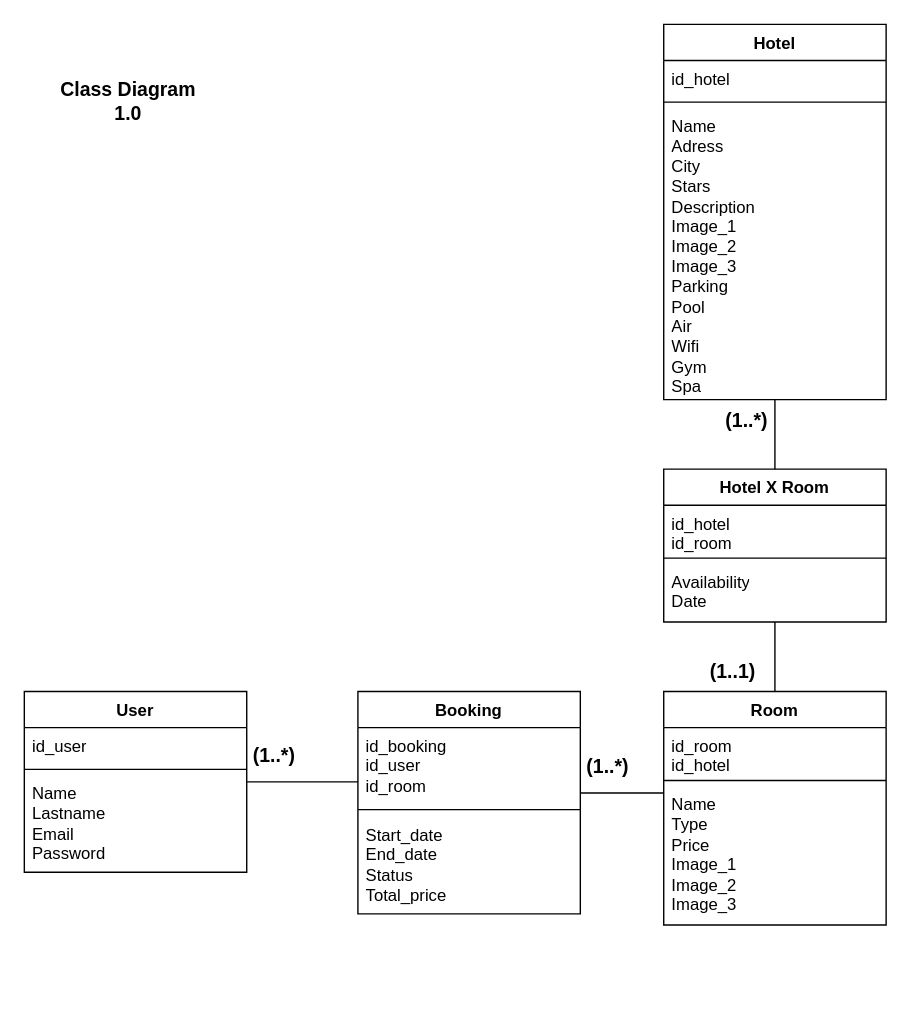
Earlier version of the draw.io diagram extra/Diagram Class 1.0.drawio (nacho-esperanza/proyecto-arqsoft). Source tidied: cells renumbered, new cells numbered last; positions are measured from the earlier drawing's top-left corner, leaving out a move shared by most shapes. Both pictures are drawn from the tidied source at 139%, with x=0, y=0 at pixel (24, 24).
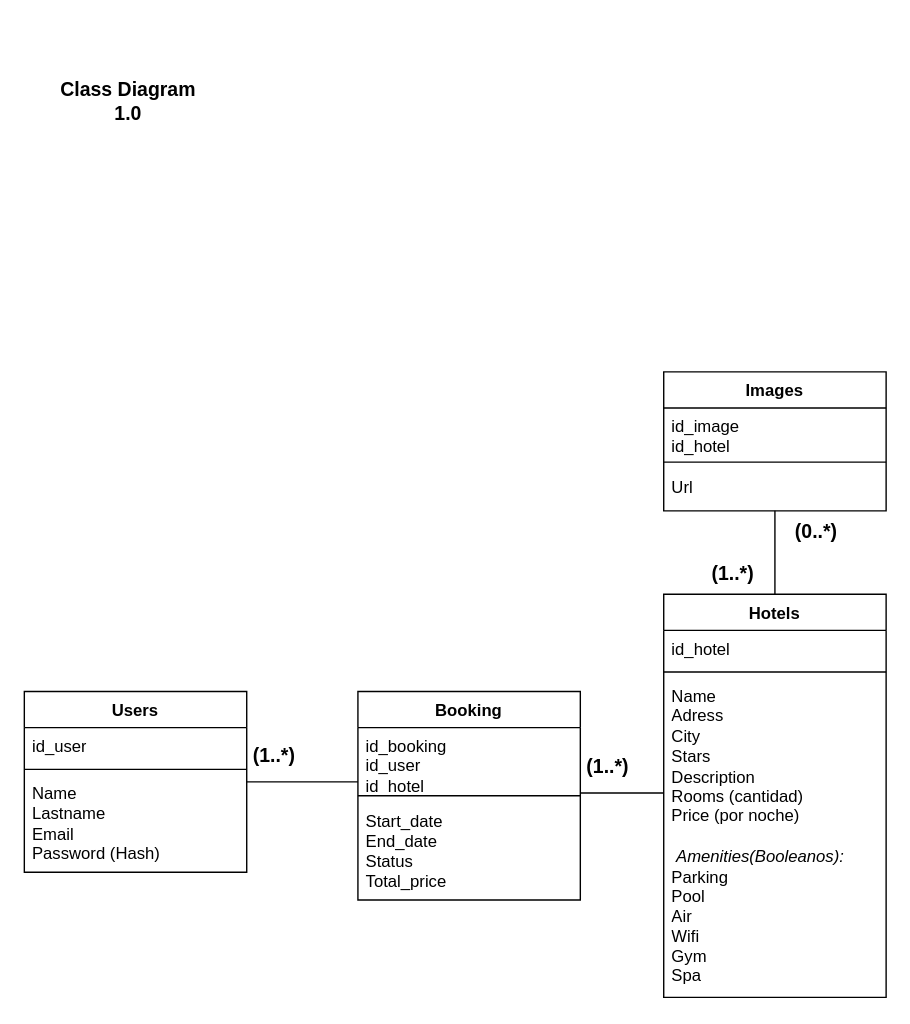
After the change.

Diff of the diagram source:
```diff
@@
-    <mxCell id="2" value="User" style="swimlane;fontStyle=1;align=center;verticalAlign=top;horizontal=1;startSize=26;whiteSpace=wrap;html=1;" parent="1" vertex="1">
+    <mxCell id="2" value="Users" style="swimlane;fontStyle=1;align=center;verticalAlign=top;horizontal=1;startSize=26;whiteSpace=wrap;html=1;" parent="1" vertex="1">
       <mxGeometry y="480" width="160" height="130" as="geometry" />
     </mxCell>
@@
-    <mxCell id="5" value="Name&lt;br&gt;Lastname&lt;br&gt;Email&lt;br&gt;Password" style="text;strokeColor=none;fillColor=none;align=left;verticalAlign=top;spacingLeft=4;spacingRight=4;overflow=hidden;whiteSpace=wrap;html=1;" parent="2" vertex="1">
+    <mxCell id="5" value="Name&lt;br&gt;Lastname&lt;br&gt;Email&lt;br&gt;Password (Hash)" style="text;strokeColor=none;fillColor=none;align=left;verticalAlign=top;spacingLeft=4;spacingRight=4;overflow=hidden;whiteSpace=wrap;html=1;" parent="2" vertex="1">
       <mxGeometry y="60" width="160" height="70" as="geometry" />
     </mxCell>
-    <mxCell id="6" value="Hotel" style="swimlane;fontStyle=1;align=center;verticalAlign=top;horizontal=1;startSize=26;whiteSpace=wrap;html=1;" parent="1" vertex="1">
-      <mxGeometry x="460" width="160" height="270" as="geometry" />
+    <mxCell id="6" value="Hotels" style="swimlane;fontStyle=1;align=center;verticalAlign=top;horizontal=1;startSize=26;whiteSpace=wrap;html=1;" parent="1" vertex="1">
+      <mxGeometry x="460" y="410" width="160" height="290" as="geometry" />
     </mxCell>
@@
-    <mxCell id="9" value="Name&lt;br&gt;Adress&lt;br&gt;City&lt;br&gt;Stars&lt;br&gt;Description&lt;br&gt;Image_1&lt;br&gt;Image_2&lt;br&gt;Image_3&lt;br&gt;Parking&lt;br&gt;Pool&lt;br&gt;Air&lt;br&gt;Wifi&lt;br&gt;Gym&lt;br&gt;Spa" style="text;strokeColor=none;fillColor=none;align=left;verticalAlign=top;spacingLeft=4;spacingRight=4;overflow=hidden;whiteSpace=wrap;html=1;" parent="6" vertex="1">
-      <mxGeometry y="60" width="160" height="210" as="geometry" />
+    <mxCell id="9" value="Name&lt;br&gt;Adress&lt;br&gt;City&lt;br&gt;Stars&lt;br&gt;Description&lt;br&gt;Rooms (cantidad)&lt;br&gt;Price (por noche)&lt;br&gt;&lt;br&gt;&lt;span style=&quot;white-space: pre;&quot;&gt; &lt;/span&gt;&lt;i&gt;Amenities(Booleanos):&lt;/i&gt;&lt;br&gt;Parking&lt;br&gt;Pool&lt;br&gt;Air&lt;br&gt;Wifi&lt;br&gt;Gym&lt;br&gt;Spa" style="text;strokeColor=none;fillColor=none;align=left;verticalAlign=top;spacingLeft=4;spacingRight=4;overflow=hidden;whiteSpace=wrap;html=1;" parent="6" vertex="1">
+      <mxGeometry y="60" width="160" height="230" as="geometry" />
     </mxCell>
-    <mxCell id="10" value="Room" style="swimlane;fontStyle=1;align=center;verticalAlign=top;horizontal=1;startSize=26;whiteSpace=wrap;html=1;" parent="1" vertex="1">
-      <mxGeometry x="460" y="480" width="160" height="168" as="geometry" />
-    </mxCell>
-    <mxCell id="11" value="id_room&lt;br&gt;id_hotel" style="text;strokeColor=none;fillColor=none;align=left;verticalAlign=top;spacingLeft=4;spacingRight=4;overflow=hidden;whiteSpace=wrap;html=1;" parent="10" vertex="1">
-      <mxGeometry y="26" width="160" height="34" as="geometry" />
-    </mxCell>
-    <mxCell id="12" style="line;strokeWidth=1;fillColor=none;align=left;verticalAlign=middle;spacingTop=-1;spacingLeft=3;spacingRight=3;labelPosition=right;strokeColor=inherit;" parent="10" vertex="1">
-      <mxGeometry y="60" width="160" height="8" as="geometry" />
-    </mxCell>
-    <mxCell id="13" value="Name&lt;br&gt;Type&lt;br&gt;Price&lt;br&gt;Image_1&lt;br&gt;Image_2&lt;br&gt;Image_3" style="text;strokeColor=none;fillColor=none;align=left;verticalAlign=top;spacingLeft=4;spacingRight=4;overflow=hidden;whiteSpace=wrap;html=1;" parent="10" vertex="1">
-      <mxGeometry y="68" width="160" height="100" as="geometry" />
-    </mxCell>
-    <mxCell id="14" value="Hotel X Room" style="swimlane;fontStyle=1;align=center;verticalAlign=top;horizontal=1;startSize=26;whiteSpace=wrap;html=1;" parent="1" vertex="1">
-      <mxGeometry x="460" y="320" width="160" height="110" as="geometry" />
-    </mxCell>
-    <mxCell id="15" value="id_hotel&lt;br&gt;id_room" style="text;strokeColor=none;fillColor=none;align=left;verticalAlign=top;spacingLeft=4;spacingRight=4;overflow=hidden;whiteSpace=wrap;html=1;" parent="14" vertex="1">
-      <mxGeometry y="26" width="160" height="34" as="geometry" />
-    </mxCell>
-    <mxCell id="16" style="line;strokeWidth=1;fillColor=none;align=left;verticalAlign=middle;spacingTop=-1;spacingLeft=3;spacingRight=3;labelPosition=right;strokeColor=inherit;" parent="14" vertex="1">
-      <mxGeometry y="60" width="160" height="8" as="geometry" />
-    </mxCell>
-    <mxCell id="17" value="Availability&lt;br&gt;Date" style="text;strokeColor=none;fillColor=none;align=left;verticalAlign=top;spacingLeft=4;spacingRight=4;overflow=hidden;whiteSpace=wrap;html=1;" parent="14" vertex="1">
-      <mxGeometry y="68" width="160" height="42" as="geometry" />
-    </mxCell>
     <mxCell id="18" value="Booking" style="swimlane;fontStyle=1;align=center;verticalAlign=top;horizontal=1;startSize=26;whiteSpace=wrap;html=1;" parent="1" vertex="1">
-      <mxGeometry x="240" y="480" width="160" height="160" as="geometry" />
+      <mxGeometry x="240" y="480" width="160" height="150" as="geometry" />
     </mxCell>
-    <mxCell id="19" value="id_booking&lt;br&gt;id_user&lt;br&gt;id_room" style="text;strokeColor=none;fillColor=none;align=left;verticalAlign=top;spacingLeft=4;spacingRight=4;overflow=hidden;whiteSpace=wrap;html=1;" parent="18" vertex="1">
-      <mxGeometry y="26" width="160" height="54" as="geometry" />
+    <mxCell id="19" value="id_booking&lt;br&gt;id_user&lt;br&gt;id_hotel" style="text;strokeColor=none;fillColor=none;align=left;verticalAlign=top;spacingLeft=4;spacingRight=4;overflow=hidden;whiteSpace=wrap;html=1;" parent="18" vertex="1">
+      <mxGeometry y="26" width="160" height="44" as="geometry" />
     </mxCell>
     <mxCell id="20" style="line;strokeWidth=1;fillColor=none;align=left;verticalAlign=middle;spacingTop=-1;spacingLeft=3;spacingRight=3;labelPosition=right;strokeColor=inherit;" parent="18" vertex="1">
-      <mxGeometry y="80" width="160" height="10" as="geometry" />
+      <mxGeometry y="70" width="160" height="10" as="geometry" />
     </mxCell>
     <mxCell id="21" value="Start_date&lt;br&gt;End_date&lt;br&gt;Status&lt;br&gt;Total_price" style="text;strokeColor=none;fillColor=none;align=left;verticalAlign=top;spacingLeft=4;spacingRight=4;overflow=hidden;whiteSpace=wrap;html=1;" parent="18" vertex="1">
-      <mxGeometry y="90" width="160" height="70" as="geometry" />
+      <mxGeometry y="80" width="160" height="70" as="geometry" />
     </mxCell>
@@
-    <mxCell id="23" style="line;strokeWidth=1;fillColor=none;align=left;verticalAlign=middle;spacingTop=-1;spacingLeft=3;spacingRight=3;labelPosition=right;strokeColor=inherit;direction=south;" parent="1" vertex="1">
-      <mxGeometry x="515" y="430" width="50" height="50" as="geometry" />
-    </mxCell>
-    <mxCell id="24" style="line;strokeWidth=1;fillColor=none;align=left;verticalAlign=middle;spacingTop=-1;spacingLeft=3;spacingRight=3;labelPosition=right;strokeColor=inherit;direction=south;" parent="1" vertex="1">
-      <mxGeometry x="515" y="270" width="50" height="50" as="geometry" />
-    </mxCell>
@@
+    <mxCell id="30" style="line;strokeWidth=1;fillColor=none;align=left;verticalAlign=middle;spacingTop=-1;spacingLeft=3;spacingRight=3;labelPosition=right;strokeColor=inherit;" parent="1" vertex="1">
+      <mxGeometry x="400" y="549" width="60" height="8" as="geometry" />
+    </mxCell>
+    <mxCell id="31" value="Images" style="swimlane;fontStyle=1;align=center;verticalAlign=top;horizontal=1;startSize=26;whiteSpace=wrap;html=1;" parent="1" vertex="1">
+      <mxGeometry x="460" y="250" width="160" height="100" as="geometry" />
+    </mxCell>
+    <mxCell id="32" value="id_image&lt;br&gt;id_hotel" style="text;strokeColor=none;fillColor=none;align=left;verticalAlign=top;spacingLeft=4;spacingRight=4;overflow=hidden;whiteSpace=wrap;html=1;" parent="31" vertex="1">
+      <mxGeometry y="26" width="160" height="34" as="geometry" />
+    </mxCell>
+    <mxCell id="33" style="line;strokeWidth=1;fillColor=none;align=left;verticalAlign=middle;spacingTop=-1;spacingLeft=3;spacingRight=3;labelPosition=right;strokeColor=inherit;" parent="31" vertex="1">
+      <mxGeometry y="60" width="160" height="10" as="geometry" />
+    </mxCell>
+    <mxCell id="34" value="Url" style="text;strokeColor=none;fillColor=none;align=left;verticalAlign=top;spacingLeft=4;spacingRight=4;overflow=hidden;whiteSpace=wrap;html=1;" parent="31" vertex="1">
+      <mxGeometry y="70" width="160" height="30" as="geometry" />
+    </mxCell>
+    <mxCell id="35" style="endArrow=none;html=1;rounded=0;" parent="1" edge="1" source="6">
+      <mxGeometry relative="1" as="geometry">
+        <mxPoint x="540" y="350" as="targetPoint" />
+      </mxGeometry>
+    </mxCell>
     <mxCell id="28" value="&lt;b&gt;&lt;font style=&quot;font-size: 14px;&quot;&gt;(1..*)&lt;/font&gt;&lt;/b&gt;" style="text;html=1;strokeColor=none;fillColor=none;align=center;verticalAlign=middle;whiteSpace=wrap;rounded=0;" parent="1" vertex="1">
-      <mxGeometry x="490" y="270" width="60" height="30" as="geometry" />
+      <mxGeometry x="480" y="380" width="60" height="30" as="geometry" />
     </mxCell>
-    <mxCell id="29" value="&lt;b&gt;&lt;font style=&quot;font-size: 14px;&quot;&gt;(1..1)&lt;/font&gt;&lt;/b&gt;" style="text;html=1;strokeColor=none;fillColor=none;align=center;verticalAlign=middle;whiteSpace=wrap;rounded=0;" parent="1" vertex="1">
-      <mxGeometry x="480" y="451" width="60" height="30" as="geometry" />
-    </mxCell>
-    <mxCell id="30" style="line;strokeWidth=1;fillColor=none;align=left;verticalAlign=middle;spacingTop=-1;spacingLeft=3;spacingRight=3;labelPosition=right;strokeColor=inherit;" parent="1" vertex="1">
-      <mxGeometry x="400" y="549" width="60" height="8" as="geometry" />
-    </mxCell>
+    <mxCell id="36" value="&lt;b&gt;&lt;font style=&quot;font-size: 14px;&quot;&gt;(0..*)&lt;/font&gt;&lt;/b&gt;" style="text;html=1;strokeColor=none;fillColor=none;align=center;verticalAlign=middle;whiteSpace=wrap;rounded=0;" parent="1" vertex="1">
+      <mxGeometry x="540" y="350" width="60" height="30" as="geometry" />
+    </mxCell>
```
